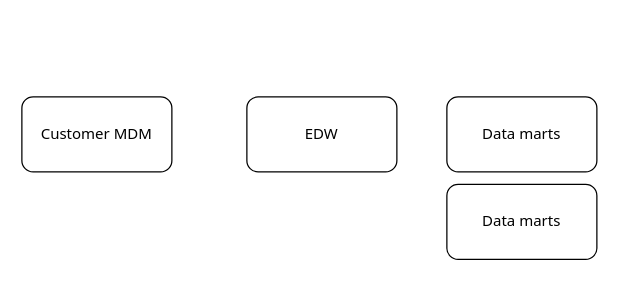
kanchantewary/MindMaps keeps this draw.io diagram as GDPR.drawio. Above is the earlier version. Source tidied: cells renumbered, new cells numbered last; positions are measured from the earlier drawing's top-left corner, leaving out a move shared by most shapes. Both pictures are drawn from the tidied source at 125%, with x=0, y=0 at pixel (21, 96).
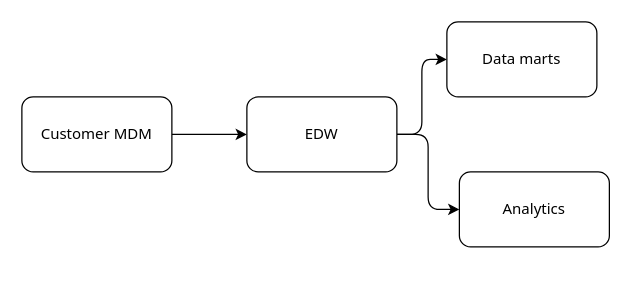
The same page after the edit.

What changed in the source:
```diff
@@
 <mxGraphModel>
   <root>
     <mxCell id="0" />
     <mxCell id="1" parent="0" />
+    <mxCell id="6" style="edgeStyle=orthogonalEdgeStyle;rounded=1;jettySize=auto;html=1;fontFamily=Tahoma;" parent="1" edge="1" source="2" target="3">
+      <mxGeometry relative="1" as="geometry" />
+    </mxCell>
     <mxCell id="2" value="Customer MDM" style="rounded=1;whiteSpace=wrap;html=1;fontFamily=Tahoma;" parent="1" vertex="1">
       <mxGeometry width="120" height="60" as="geometry" />
     </mxCell>
+    <mxCell id="7" style="edgeStyle=orthogonalEdgeStyle;rounded=1;jettySize=auto;html=1;fontFamily=Tahoma;" parent="1" edge="1" source="3" target="4">
+      <mxGeometry relative="1" as="geometry" />
+    </mxCell>
+    <mxCell id="8" style="edgeStyle=orthogonalEdgeStyle;rounded=1;jettySize=auto;html=1;entryX=0;entryY=0.5;entryDx=0;entryDy=0;fontFamily=Tahoma;" parent="1" edge="1" source="3" target="5">
+      <mxGeometry relative="1" as="geometry" />
+    </mxCell>
     <mxCell id="3" value="EDW" style="rounded=1;whiteSpace=wrap;html=1;fontFamily=Tahoma;" parent="1" vertex="1">
       <mxGeometry x="180" width="120" height="60" as="geometry" />
     </mxCell>
     <mxCell id="4" value="Data marts" style="rounded=1;whiteSpace=wrap;html=1;fontFamily=Tahoma;" parent="1" vertex="1">
-      <mxGeometry x="340" width="120" height="60" as="geometry" />
+      <mxGeometry x="340" y="-60" width="120" height="60" as="geometry" />
     </mxCell>
-    <mxCell id="5" value="Data marts" style="rounded=1;whiteSpace=wrap;html=1;fontFamily=Tahoma;" parent="1" vertex="1">
-      <mxGeometry x="340" y="70" width="120" height="60" as="geometry" />
+    <mxCell id="5" value="Analytics" style="rounded=1;whiteSpace=wrap;html=1;fontFamily=Tahoma;" parent="1" vertex="1">
+      <mxGeometry x="350" y="60" width="120" height="60" as="geometry" />
     </mxCell>
   </root>
 </mxGraphModel>
```
